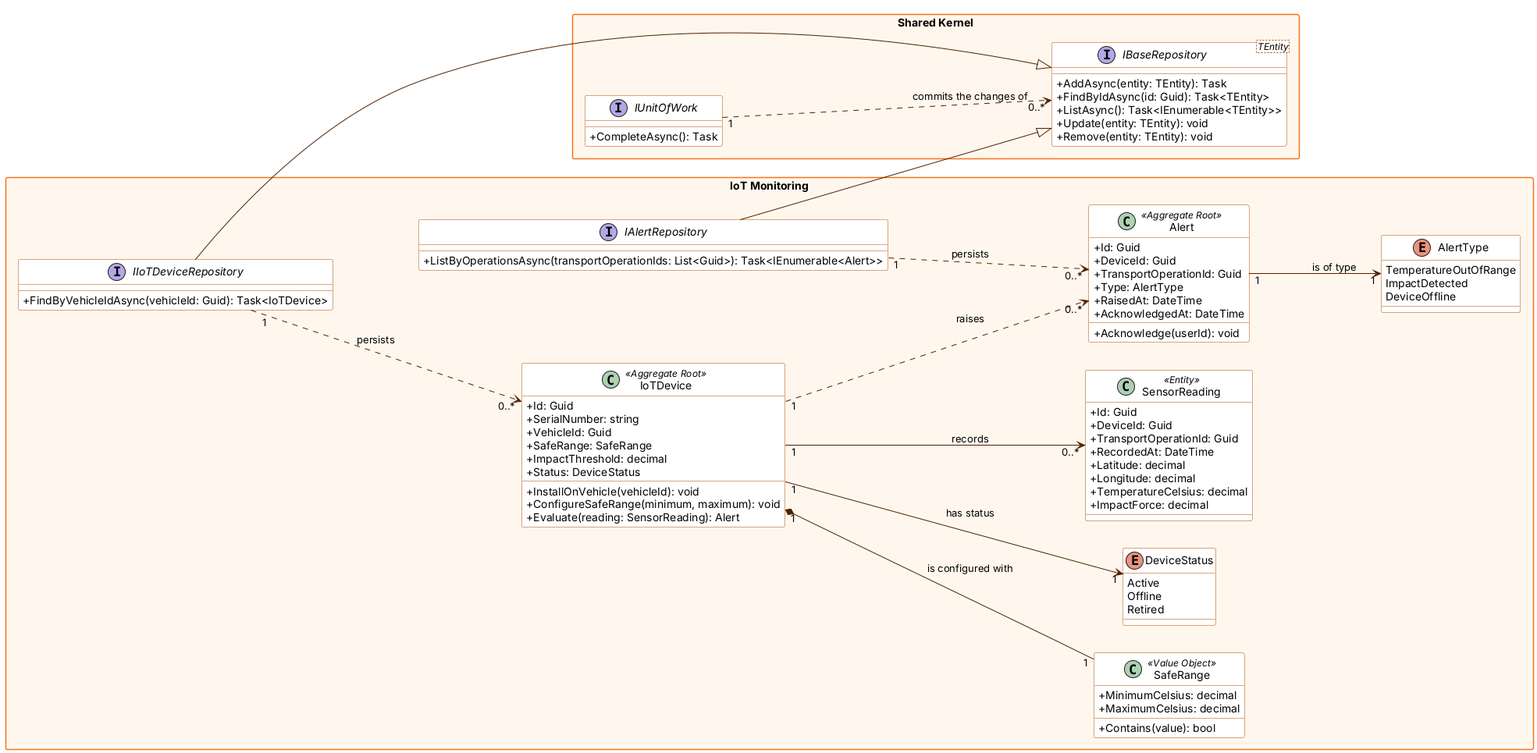
Above: img/Software-Object-Oriented-Design/backend-class-iot-monitoring.png in 1ASI0730-2620-8084-CodeCrafters/bottle-track-report (PlantUML), before the change. Source of this version:
```plantuml
@startuml
skinparam classAttributeIconSize 0
skinparam packageStyle rectangle
skinparam shadowing false
skinparam defaultFontName Arial
skinparam class {
  BackgroundColor #ffffff
  BorderColor #b34900
  ArrowColor #4f2000
}
skinparam package {
  BackgroundColor #fff7ed
  BorderColor #f97316
}
left to right direction

package "Shared Kernel" {
  interface "IBaseRepository<TEntity>" as IBaseRepository {
    + AddAsync(entity: TEntity): Task
    + FindByIdAsync(id: Guid): Task<TEntity>
    + ListAsync(): Task<IEnumerable<TEntity>>
    + Update(entity: TEntity): void
    + Remove(entity: TEntity): void
  }
  interface IUnitOfWork {
    + CompleteAsync(): Task
  }
  IUnitOfWork "1" ..> "0..*" IBaseRepository : commits the changes of
}
package "IoT Monitoring" {
  class IoTDevice <<Aggregate Root>> {
    + Id: Guid
    + SerialNumber: string
    + VehicleId: Guid
    + SafeRange: SafeRange
    + ImpactThreshold: decimal
    + Status: DeviceStatus
    + InstallOnVehicle(vehicleId): void
    + ConfigureSafeRange(minimum, maximum): void
    + Evaluate(reading: SensorReading): Alert
  }
  class SensorReading <<Entity>> {
    + Id: Guid
    + DeviceId: Guid
    + TransportOperationId: Guid
    + RecordedAt: DateTime
    + Latitude: decimal
    + Longitude: decimal
    + TemperatureCelsius: decimal
    + ImpactForce: decimal
  }
  class Alert <<Aggregate Root>> {
    + Id: Guid
    + DeviceId: Guid
    + TransportOperationId: Guid
    + Type: AlertType
    + RaisedAt: DateTime
    + AcknowledgedAt: DateTime
    + Acknowledge(userId): void
  }
  class SafeRange <<Value Object>> {
    + MinimumCelsius: decimal
    + MaximumCelsius: decimal
    + Contains(value): bool
  }
  enum AlertType {
    TemperatureOutOfRange
    ImpactDetected
    DeviceOffline
  }
  enum DeviceStatus {
    Active
    Offline
    Retired
  }
  interface IIoTDeviceRepository {
    + FindByVehicleIdAsync(vehicleId: Guid): Task<IoTDevice>
  }
  interface IAlertRepository {
    + ListByOperationsAsync(transportOperationIds: List<Guid>): Task<IEnumerable<Alert>>
  }
  IoTDevice "1" *-- "1" SafeRange : is configured with
  IoTDevice "1" --> "0..*" SensorReading : records
  IoTDevice "1" ..> "0..*" Alert : raises
  Alert "1" --> "1" AlertType : is of type
  IoTDevice "1" --> "1" DeviceStatus : has status
  IIoTDeviceRepository --|> IBaseRepository
  IAlertRepository --|> IBaseRepository
  IIoTDeviceRepository "1" ..> "0..*" IoTDevice : persists
  IAlertRepository "1" ..> "0..*" Alert : persists
}
@enduml
```
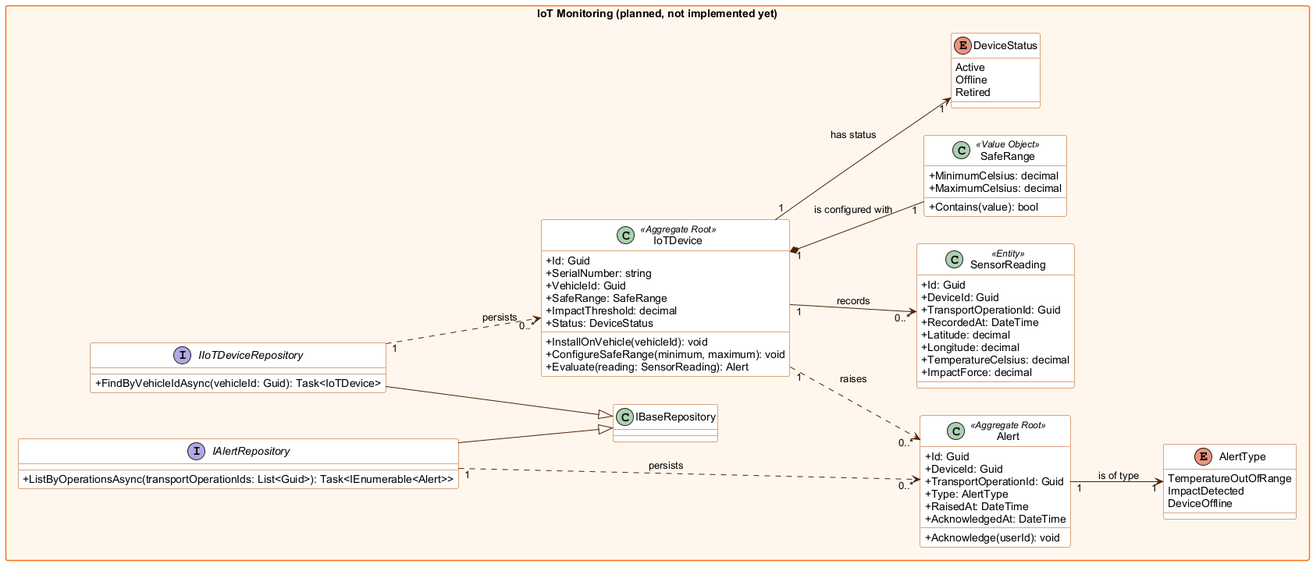
After the commit.

Commit message:
docs(class-diagram): mark iot monitoring backend classes as planned

What changed in the source:
```diff
@@ -1,4 +1,4 @@
-@startuml
+@startuml backend-class-iot-monitoring
 skinparam classAttributeIconSize 0
 skinparam packageStyle rectangle
 skinparam shadowing false
@@ -14,20 +14,7 @@
 }
 left to right direction
 
-package "Shared Kernel" {
-  interface "IBaseRepository<TEntity>" as IBaseRepository {
-    + AddAsync(entity: TEntity): Task
-    + FindByIdAsync(id: Guid): Task<TEntity>
-    + ListAsync(): Task<IEnumerable<TEntity>>
-    + Update(entity: TEntity): void
-    + Remove(entity: TEntity): void
-  }
-  interface IUnitOfWork {
-    + CompleteAsync(): Task
-  }
-  IUnitOfWork "1" ..> "0..*" IBaseRepository : commits the changes of
-}
-package "IoT Monitoring" {
+package "IoT Monitoring (planned, not implemented yet)" {
   class IoTDevice <<Aggregate Root>> {
     + Id: Guid
     + SerialNumber: string
```
